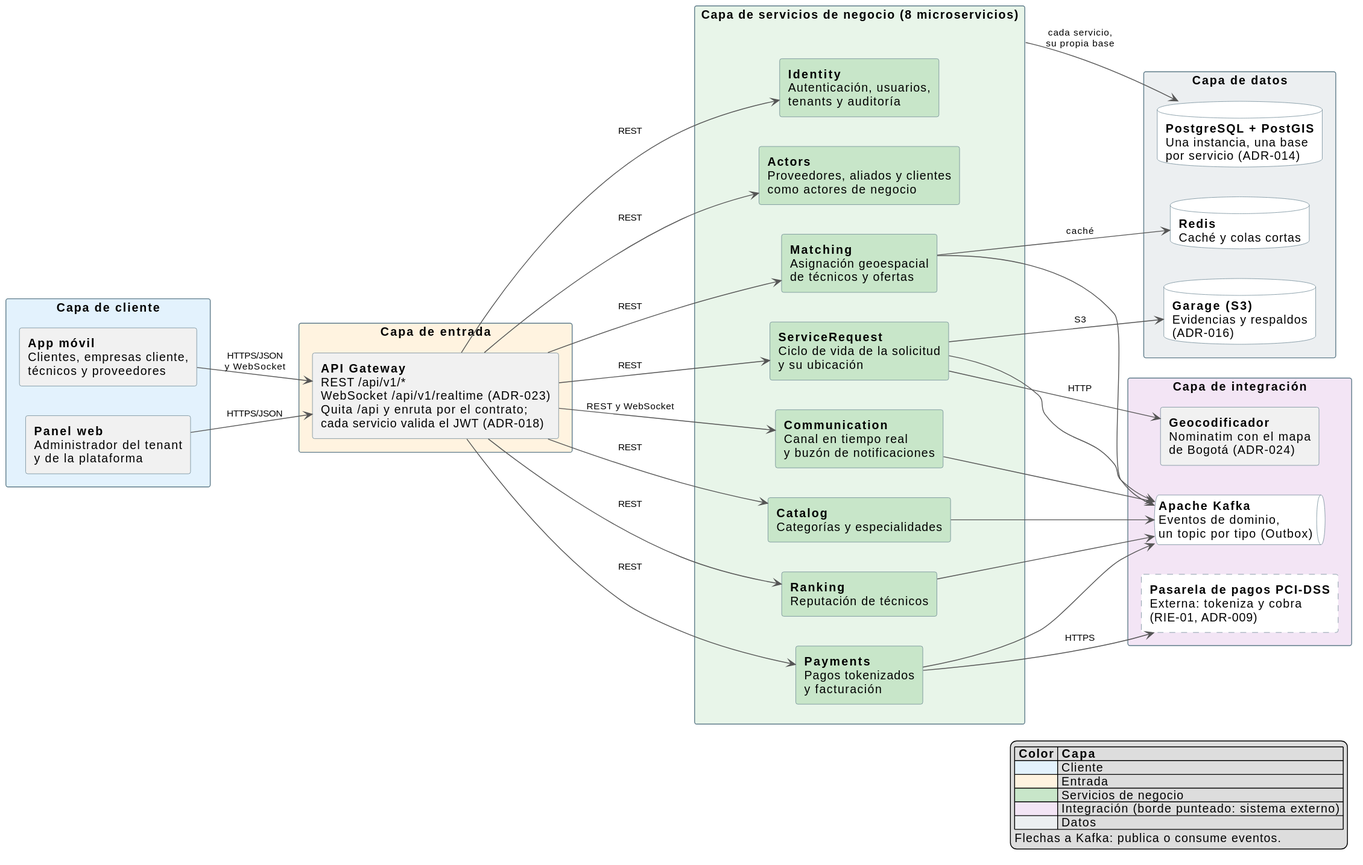
This is docs/architecture/diagrams/sdd/01_vista_logica_capas.svg from ARQUI-202630/quickpatch, a PlantUML export, as it was before one commit. Its diagram source:
```plantuml
@startuml
skinparam defaultFontName Arial
skinparam shadowing false
skinparam packageStyle rectangle
skinparam ArrowColor #555555
skinparam ArrowFontSize 11
left to right direction
hide stereotype

skinparam package {
  BackgroundColor<<cliente>> #E3F2FD
  BackgroundColor<<entrada>> #FFF3E0
  BackgroundColor<<negocio>> #E8F5E9
  BackgroundColor<<integracion>> #F3E5F5
  BackgroundColor<<datos>> #ECEFF1
  BorderColor #607D8B
}
skinparam rectangle {
  BackgroundColor<<servicio>> #C8E6C9
  BackgroundColor<<externo>> #FFFFFF
  BorderColor #607D8B
}
skinparam rectangle<<externo>> {
  BorderStyle dashed
}
skinparam database {
  BackgroundColor #FFFFFF
  BorderColor #607D8B
}
skinparam queue {
  BackgroundColor #FFFFFF
  BorderColor #607D8B
}

package "Capa de cliente" <<cliente>> as CLIENTE {
  rectangle "**App móvil**\nClientes, empresas cliente,\ntécnicos y proveedores" as APP
  rectangle "**Panel web**\nAdministrador del tenant\ny de la plataforma" as PANEL
}

package "Capa de entrada" <<entrada>> as ENTRADA {
  rectangle "**API Gateway**\nREST /api/v1/*\nWebSocket /api/v1/realtime (ADR-023)\nQuita /api y enruta por el contrato;\ncada servicio valida el JWT (ADR-018)" as GW
}

package "Capa de servicios de negocio (8 microservicios)" <<negocio>> as NEGOCIO {
  rectangle "**Identity**\nAutenticación, usuarios,\ntenants y auditoría" <<servicio>> as IDENTITY
  rectangle "**Actors**\nProveedores, aliados y clientes\ncomo actores de negocio" <<servicio>> as ACTORS
  rectangle "**Catalog**\nCategorías y especialidades" <<servicio>> as CATALOG
  rectangle "**ServiceRequest**\nCiclo de vida de la solicitud\ny su ubicación" <<servicio>> as SR
  rectangle "**Matching**\nAsignación geoespacial\nde técnicos y ofertas" <<servicio>> as MATCHING
  rectangle "**Ranking**\nReputación de técnicos" <<servicio>> as RANKING
  rectangle "**Payments**\nPagos tokenizados\ny facturación" <<servicio>> as PAYMENTS
  rectangle "**Communication**\nCanal en tiempo real\ny buzón de notificaciones" <<servicio>> as COMMUNICATION
}

package "Capa de integración" <<integracion>> as INTEGRACION {
  queue "**Apache Kafka**\nEventos de dominio,\nun topic por tipo (Outbox)" as KAFKA
  rectangle "**Geocodificador**\nNominatim con el mapa\nde Bogotá (ADR-024)" as GEO
  rectangle "**Pasarela de pagos PCI-DSS**\nExterna: tokeniza y cobra\n(RIE-01, ADR-009)" <<externo>> as PASARELA
}

package "Capa de datos" <<datos>> as DATOS {
  database "**PostgreSQL + PostGIS**\nUna instancia, una base\npor servicio (ADR-014)" as PG
  database "**Redis**\nCaché y colas cortas" as REDIS
  database "**Garage (S3)**\nEvidencias y respaldos\n(ADR-016)" as GARAGE
}

APP --> GW : HTTPS/JSON\ny WebSocket
PANEL --> GW : HTTPS/JSON

GW --> IDENTITY : REST
GW --> ACTORS : REST
GW --> CATALOG : REST
GW --> SR : REST
GW --> MATCHING : REST
GW --> RANKING : REST
GW --> PAYMENTS : REST
GW --> COMMUNICATION : REST y WebSocket

CATALOG --> KAFKA
SR --> KAFKA
MATCHING --> KAFKA
RANKING --> KAFKA
PAYMENTS --> KAFKA
COMMUNICATION --> KAFKA

SR --> GEO : HTTP
PAYMENTS --> PASARELA : HTTPS
MATCHING --> REDIS : caché
SR --> GARAGE : S3
NEGOCIO --> PG : cada servicio,\nsu propia base

legend right
  |= Color |= Capa |
  |<#E3F2FD>| Cliente |
  |<#FFF3E0>| Entrada |
  |<#C8E6C9>| Servicios de negocio |
  |<#F3E5F5>| Integración (borde punteado: sistema externo) |
  |<#ECEFF1>| Datos |
  Flechas a Kafka: publica o consume eventos.
endlegend
@enduml
```
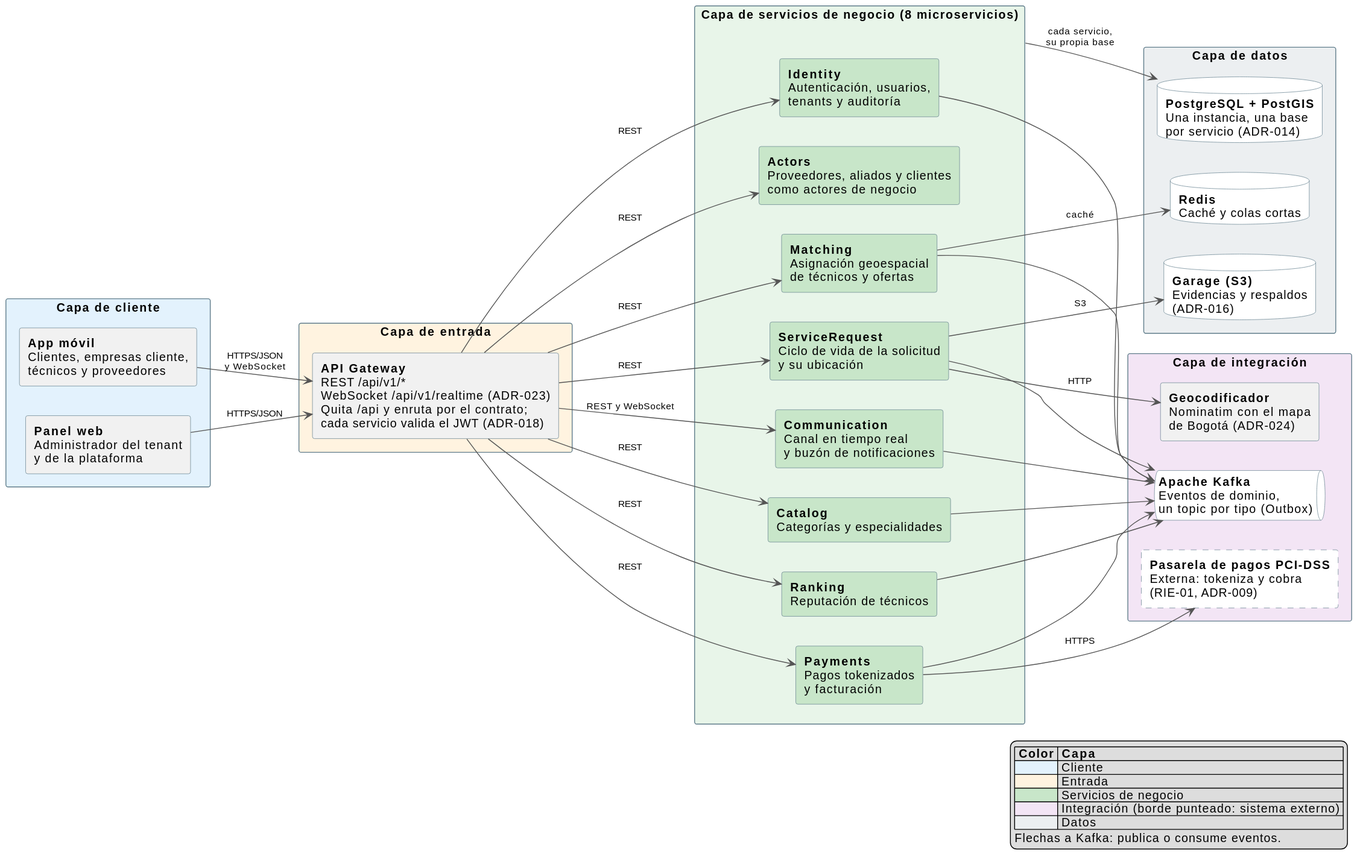
Later version of the same file.

Commit message:
docs(sdd): Identity publica en Kafka en la Figura 4 (SCRUM-470)

Revisión del #108: Identity publica technician.registered y technician.verification-changed por Outbox y Matching los consume (DD y SDD 8.6). Se agrega la flecha y se regenera el SVG.

What changed in the source:
```diff
@@ -76,6 +76,7 @@
 GW --> PAYMENTS : REST
 GW --> COMMUNICATION : REST y WebSocket
 
+IDENTITY --> KAFKA
 CATALOG --> KAFKA
 SR --> KAFKA
 MATCHING --> KAFKA
```
